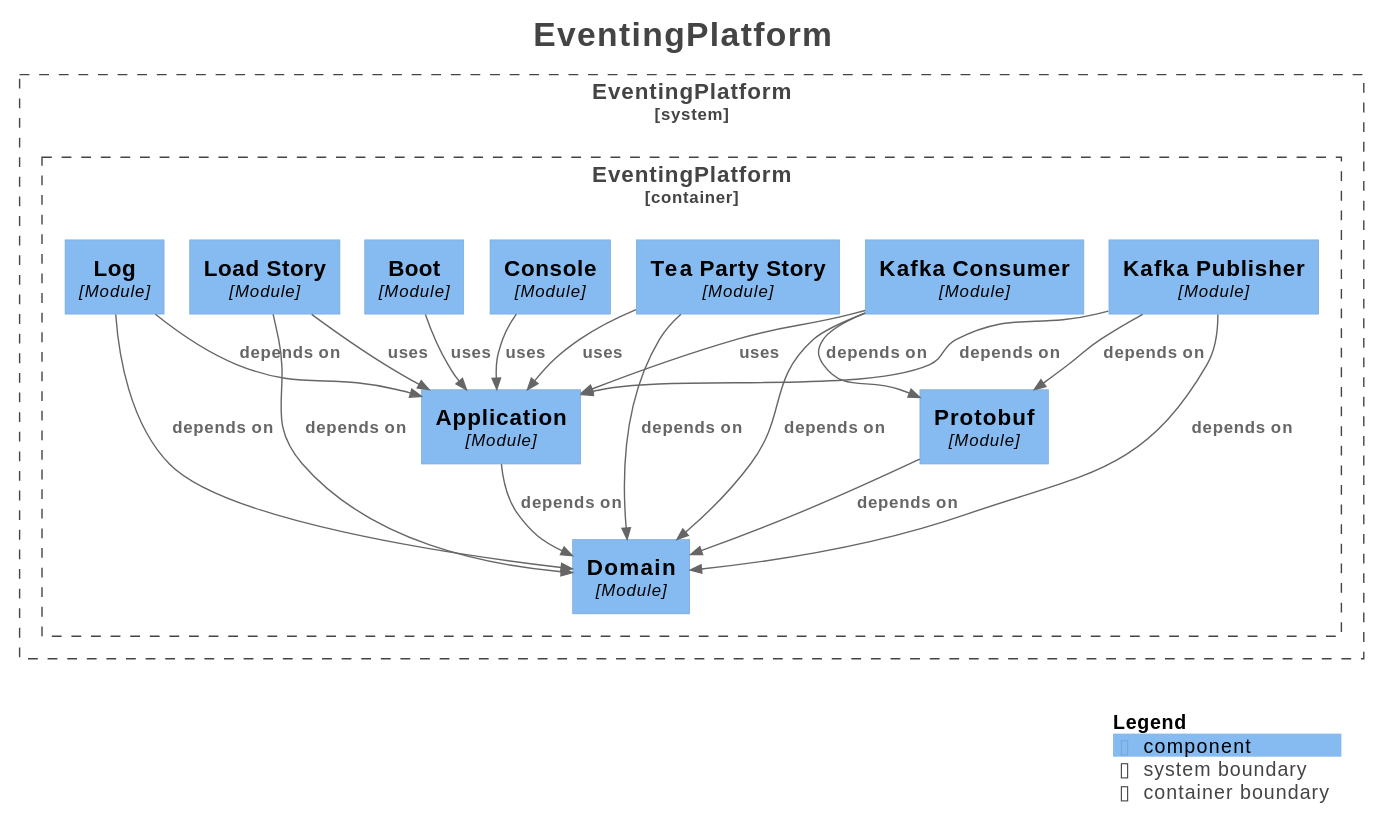
Mathmagicians/confluent-eventing-playground keeps this PlantUML diagram as docs/generated/architecture/svg/components.svg. Above is the earlier version.
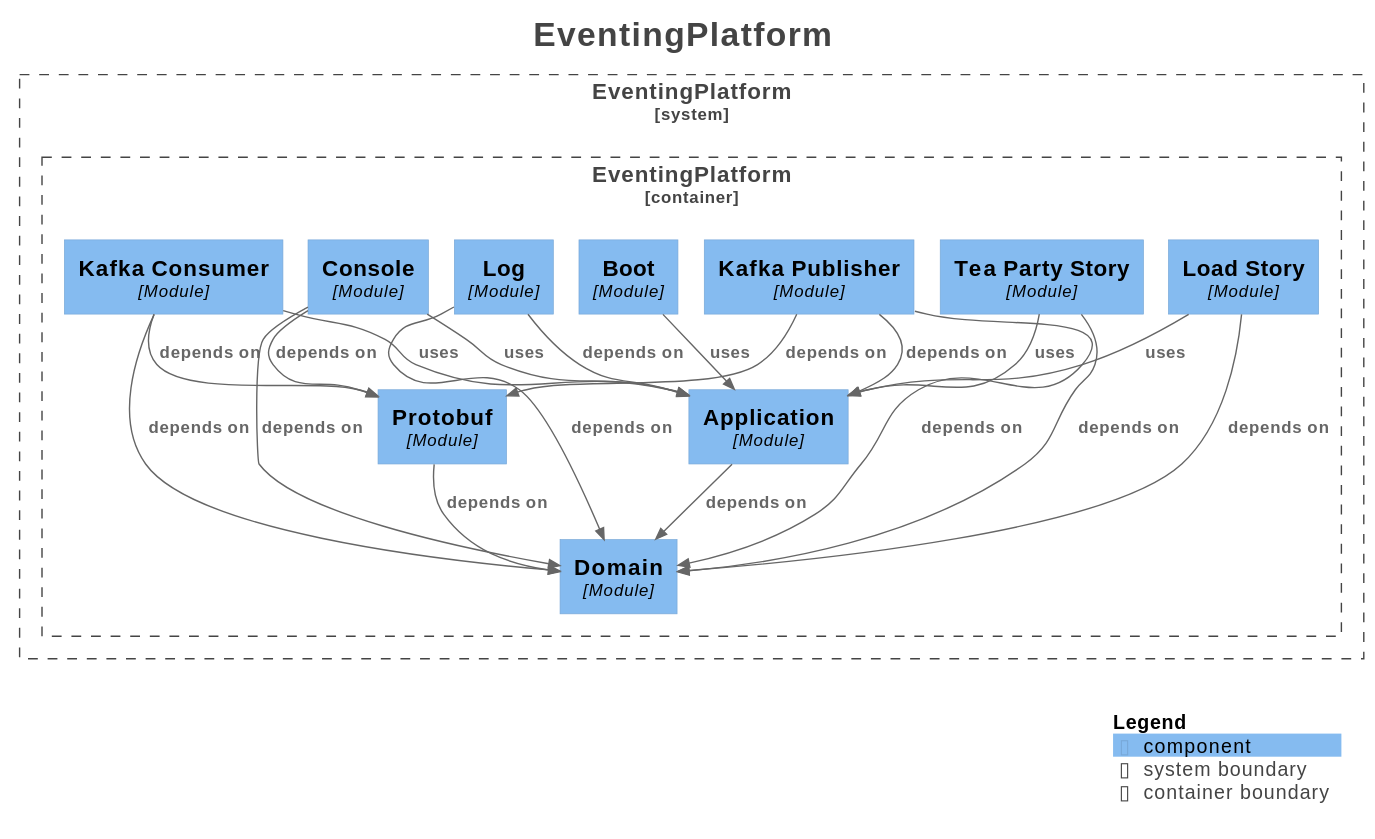
Later version of the same file.

What changed in the source:
```diff
@@ -32,22 +32,24 @@
 
 }
 
+Rel(EventingPlatform.EventingPlatform.Application, EventingPlatform.EventingPlatform.Domain, "depends on", $techn="", $tags="", $link="")
+Rel(EventingPlatform.EventingPlatform.KafkaPublisher, EventingPlatform.EventingPlatform.Domain, "depends on", $techn="", $tags="", $link="")
+Rel(EventingPlatform.EventingPlatform.KafkaPublisher, EventingPlatform.EventingPlatform.Protobuf, "depends on", $techn="", $tags="", $link="")
+Rel(EventingPlatform.EventingPlatform.KafkaPublisher, EventingPlatform.EventingPlatform.Application, "depends on", $techn="", $tags="", $link="")
 Rel(EventingPlatform.EventingPlatform.Log, EventingPlatform.EventingPlatform.Domain, "depends on", $techn="", $tags="", $link="")
 Rel(EventingPlatform.EventingPlatform.Log, EventingPlatform.EventingPlatform.Application, "depends on", $techn="", $tags="", $link="")
+Rel(EventingPlatform.EventingPlatform.Protobuf, EventingPlatform.EventingPlatform.Domain, "depends on", $techn="", $tags="", $link="")
+Rel(EventingPlatform.EventingPlatform.Boot, EventingPlatform.EventingPlatform.Application, "uses", $techn="", $tags="", $link="")
 Rel(EventingPlatform.EventingPlatform.KafkaConsumer, EventingPlatform.EventingPlatform.Domain, "depends on", $techn="", $tags="", $link="")
 Rel(EventingPlatform.EventingPlatform.KafkaConsumer, EventingPlatform.EventingPlatform.Protobuf, "depends on", $techn="", $tags="", $link="")
 Rel(EventingPlatform.EventingPlatform.KafkaConsumer, EventingPlatform.EventingPlatform.Application, "uses", $techn="", $tags="", $link="")
-Rel(EventingPlatform.EventingPlatform.Boot, EventingPlatform.EventingPlatform.Application, "uses", $techn="", $tags="", $link="")
-Rel(EventingPlatform.EventingPlatform.Console, EventingPlatform.EventingPlatform.Application, "uses", $techn="", $tags="", $link="")
 Rel(EventingPlatform.EventingPlatform.LoadStory, EventingPlatform.EventingPlatform.Domain, "depends on", $techn="", $tags="", $link="")
 Rel(EventingPlatform.EventingPlatform.LoadStory, EventingPlatform.EventingPlatform.Application, "uses", $techn="", $tags="", $link="")
-Rel(EventingPlatform.EventingPlatform.KafkaPublisher, EventingPlatform.EventingPlatform.Domain, "depends on", $techn="", $tags="", $link="")
-Rel(EventingPlatform.EventingPlatform.KafkaPublisher, EventingPlatform.EventingPlatform.Protobuf, "depends on", $techn="", $tags="", $link="")
-Rel(EventingPlatform.EventingPlatform.KafkaPublisher, EventingPlatform.EventingPlatform.Application, "depends on", $techn="", $tags="", $link="")
 Rel(EventingPlatform.EventingPlatform.TeaPartyStory, EventingPlatform.EventingPlatform.Domain, "depends on", $techn="", $tags="", $link="")
 Rel(EventingPlatform.EventingPlatform.TeaPartyStory, EventingPlatform.EventingPlatform.Application, "uses", $techn="", $tags="", $link="")
-Rel(EventingPlatform.EventingPlatform.Protobuf, EventingPlatform.EventingPlatform.Domain, "depends on", $techn="", $tags="", $link="")
-Rel(EventingPlatform.EventingPlatform.Application, EventingPlatform.EventingPlatform.Domain, "depends on", $techn="", $tags="", $link="")
+Rel(EventingPlatform.EventingPlatform.Console, EventingPlatform.EventingPlatform.Protobuf, "depends on", $techn="", $tags="", $link="")
+Rel(EventingPlatform.EventingPlatform.Console, EventingPlatform.EventingPlatform.Domain, "depends on", $techn="", $tags="", $link="")
+Rel(EventingPlatform.EventingPlatform.Console, EventingPlatform.EventingPlatform.Application, "uses", $techn="", $tags="", $link="")
 
 SHOW_LEGEND(true)
 hide stereotypes
```
